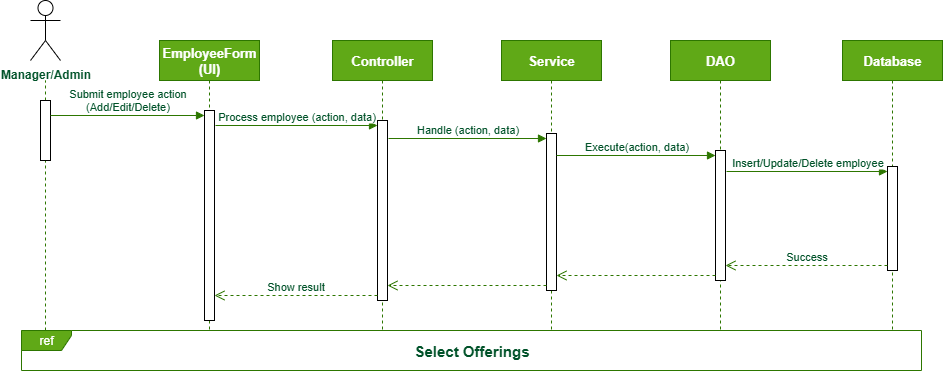
Above: Lab03/SQ Diagram QLNV App.drawio.png in Lanne-0402/Nhap-mon-CNPM (draw.io), before the change. Source tidied: cells renumbered, new cells last; positions are measured from the earlier drawing's top-left corner, leaving out a move shared by most shapes.
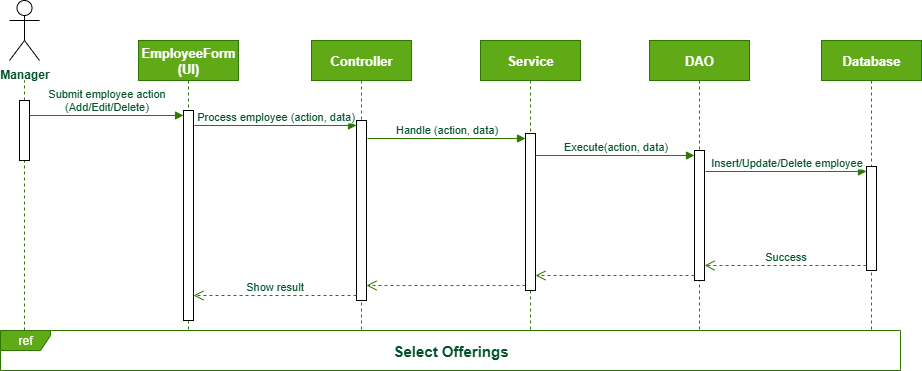
Above is the later version.

Change to the diagram source:
```diff
@@ -2,7 +2,7 @@
   <root>
     <mxCell id="0" />
     <mxCell id="1" parent="0" />
-    <mxCell id="2" value="Manager/Admin" style="shape=umlActor;verticalLabelPosition=bottom;verticalAlign=top;html=1;fontStyle=1;fontColor=#005229;" parent="1" vertex="1">
+    <mxCell id="2" value="Manager" style="shape=umlActor;verticalLabelPosition=bottom;verticalAlign=top;html=1;fontStyle=1;fontColor=#005229;" parent="1" vertex="1">
       <mxGeometry x="9" width="30" height="60" as="geometry" />
     </mxCell>
     <mxCell id="3" value="EmployeeForm&lt;br&gt;(UI)" style="shape=umlLifeline;perimeter=lifelinePerimeter;whiteSpace=wrap;html=1;newEdgeStyle={&quot;curved&quot;:0,&quot;rounded&quot;:0};fillColor=#60a917;strokeColor=#2D7600;fontColor=#ffffff;fontStyle=1;fontSize=13;" parent="1" vertex="1">
```
